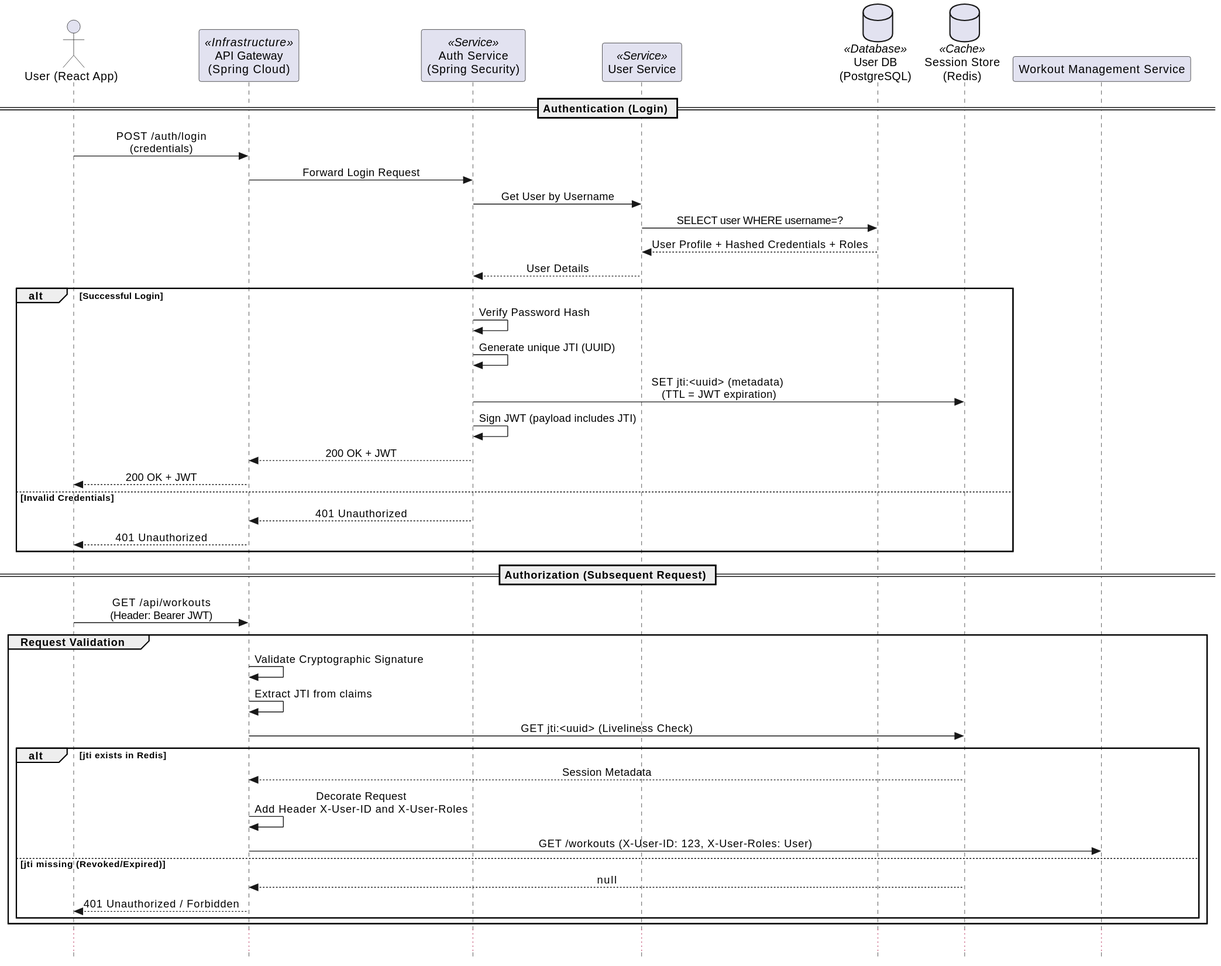
apratt3377/fitness-tracker-architecture-diagram keeps this PlantUML diagram as docs/images/out/auth.svg. Above is the earlier version. Source of this version:
```plantuml
@startuml
skinparam Style strictuml
skinparam sequenceMessageAlign center

actor "User (React App)" as UI
participant "API Gateway\n(Spring Cloud)" as GW <<Infrastructure>>
participant "Auth Service\n(Spring Security)" as Auth <<Service>>
participant "User Service" as UserSvc <<Service>>
database "User DB\n(PostgreSQL)" as DB <<Database>>
database "Session Store\n(Redis)" as Redis <<Cache>>

== Authentication (Login) ==

UI -> GW : POST /auth/login\n(credentials)
GW -> Auth : Forward Login Request

Auth -> UserSvc : Get User by Username
UserSvc -> DB : SELECT user WHERE username=?
DB --> UserSvc : User Profile + Hashed Credentials + Roles
UserSvc --> Auth : User Details

alt Successful Login
    Auth -> Auth : Verify Password Hash
    Auth -> Auth : Generate unique JTI (UUID)
    Auth -> Redis : SET jti:<uuid> (metadata) \n(TTL = JWT expiration)
    Auth -> Auth : Sign JWT (payload includes JTI)
    Auth --> GW : 200 OK + JWT
    GW --> UI : 200 OK + JWT
else Invalid Credentials
    Auth --> GW : 401 Unauthorized
    GW --> UI : 401 Unauthorized
end

== Authorization (Subsequent Request) ==

UI -> GW : GET /api/workouts\n(Header: Bearer JWT)

group Request Validation
    GW -> GW : Validate Cryptographic Signature
    GW -> GW : Extract JTI from claims
    GW -> Redis : GET jti:<uuid> (Liveliness Check)

    alt jti exists in Redis
        Redis --> GW : Session Metadata
        GW -> GW : Decorate Request\nAdd Header X-User-ID and X-User-Roles
        GW -> "Workout Management Service" : GET /workouts (X-User-ID: 123, X-User-Roles: User)
    else jti missing (Revoked/Expired)
        Redis --> GW : null
        GW --> UI : 401 Unauthorized / Forbidden
    end
end
...
@enduml
```
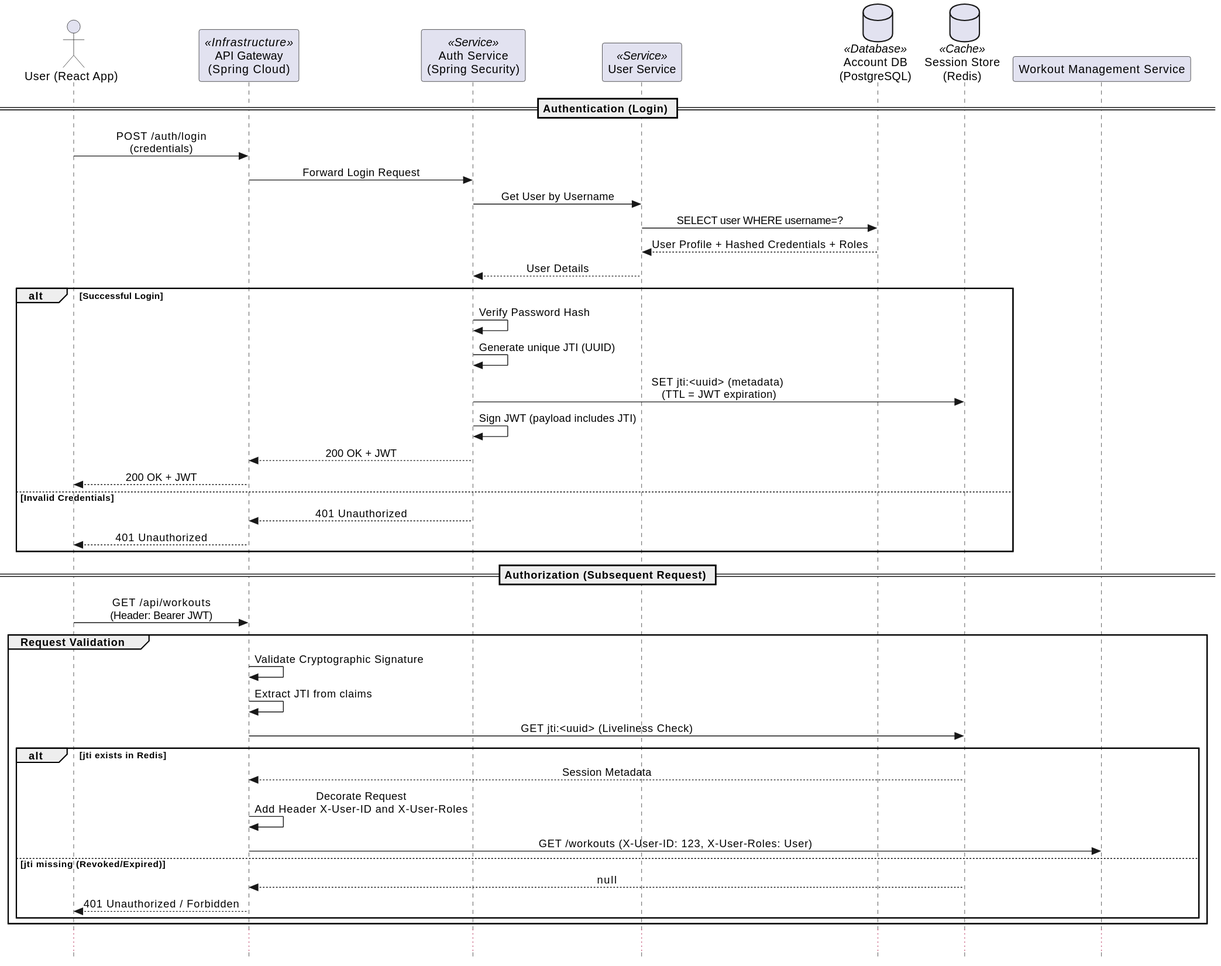
After the change.

Change to the diagram source:
```diff
@@ -6,7 +6,7 @@
 participant "API Gateway\n(Spring Cloud)" as GW <<Infrastructure>>
 participant "Auth Service\n(Spring Security)" as Auth <<Service>>
 participant "User Service" as UserSvc <<Service>>
-database "User DB\n(PostgreSQL)" as DB <<Database>>
+database "Account DB\n(PostgreSQL)" as DB <<Database>>
 database "Session Store\n(Redis)" as Redis <<Cache>>
 
 == Authentication (Login) ==
```
